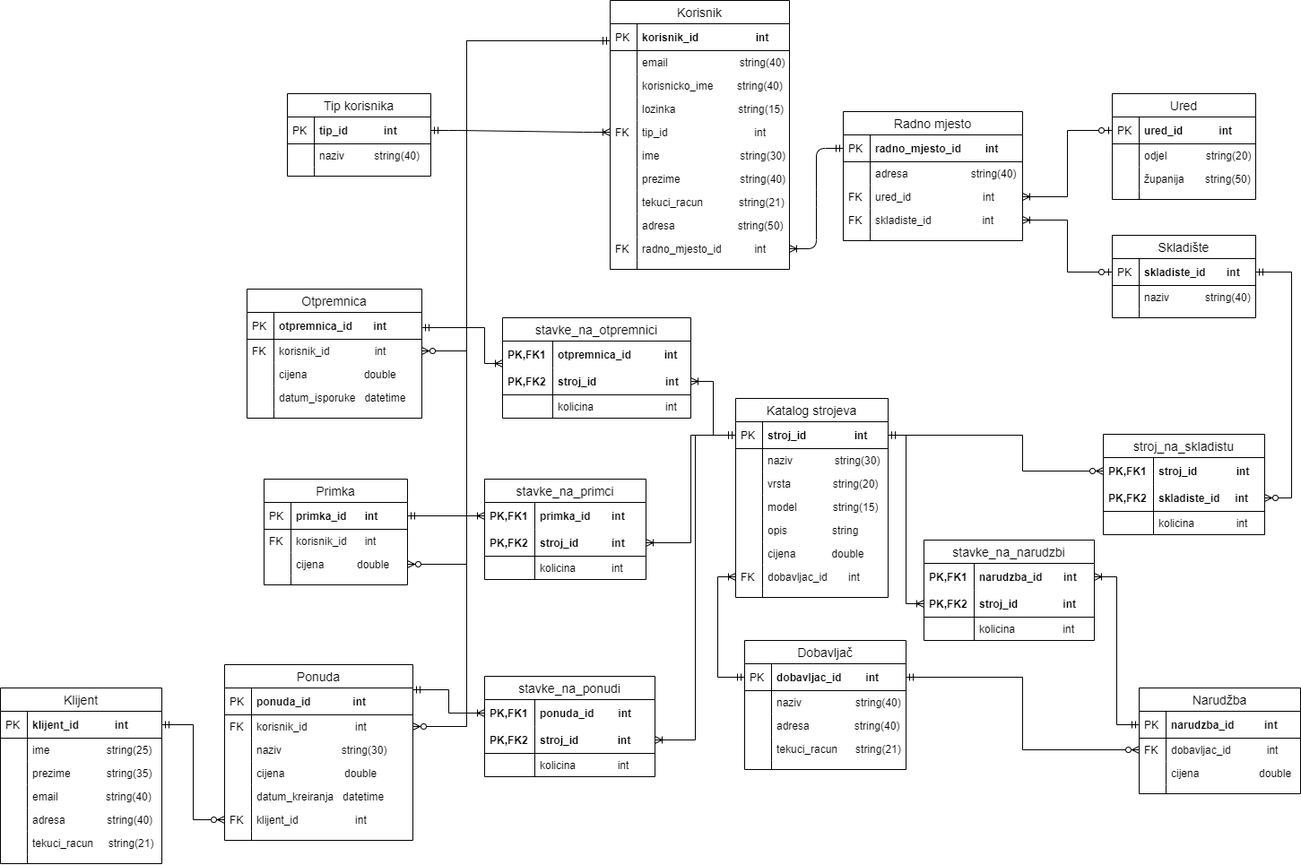
Above: Documentation/ERA/ERA-e-Agro.png in foivz/r20--kkolak-imartinov-smartinov (draw.io), before the change. Source tidied: cells renumbered, new cells last; positions are measured from the earlier drawing's top-left corner, leaving out a move shared by most shapes.
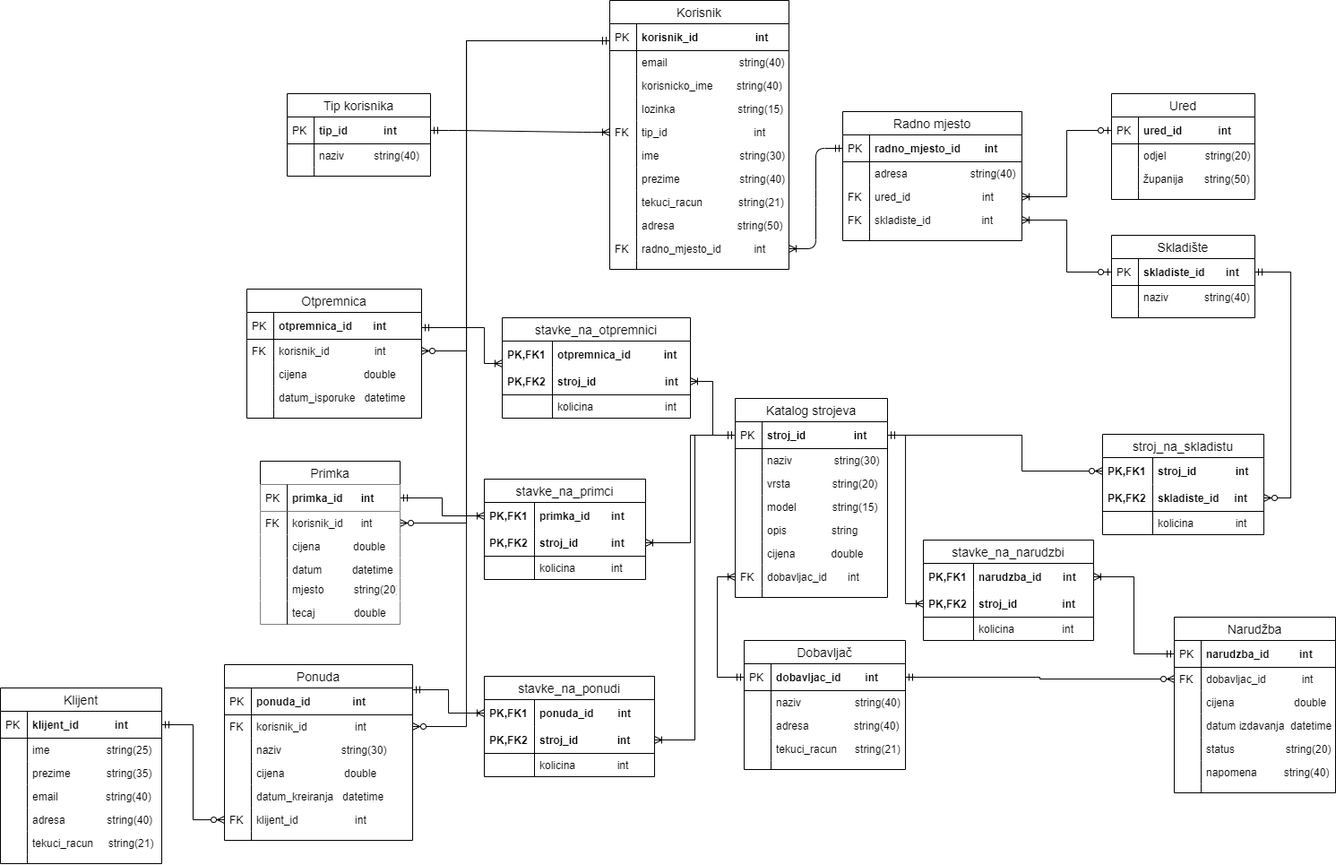
After the change.

Change to the diagram source:
```diff
@@ -24,11 +24,11 @@
     <mxCell id="5" style="edgeStyle=orthogonalEdgeStyle;rounded=0;jettySize=auto;html=1;exitX=1;exitY=0.5;exitDx=0;exitDy=0;startArrow=ERmandOne;startFill=0;endArrow=ERzeroToMany;endFill=1;" parent="1" edge="1" source="176" target="171">
       <mxGeometry relative="1" as="geometry" />
     </mxCell>
-    <mxCell id="6" style="edgeStyle=orthogonalEdgeStyle;rounded=0;jettySize=auto;html=1;entryX=1;entryY=0.5;entryDx=0;entryDy=0;startArrow=ERmandOne;startFill=0;endArrow=ERzeroToMany;endFill=1;" parent="1" edge="1" source="10" target="90">
+    <mxCell id="6" style="edgeStyle=orthogonalEdgeStyle;rounded=0;jettySize=auto;html=1;startArrow=ERmandOne;startFill=0;endArrow=ERzeroToMany;endFill=1;" parent="1" edge="1" source="10" target="88">
       <mxGeometry relative="1" as="geometry">
         <Array as="points">
           <mxPoint x="520" y="45" />
-          <mxPoint x="520" y="629" />
+          <mxPoint x="520" y="583" />
         </Array>
       </mxGeometry>
     </mxCell>
@@ -286,33 +286,6 @@
         </Array>
       </mxGeometry>
     </mxCell>
-    <mxCell id="85" value="Primka" style="swimlane;fontStyle=0;horizontal=1;startSize=26;align=center;fontSize=14;" parent="1" vertex="1">
-      <mxGeometry x="294" y="534" width="160" height="118" as="geometry" />
-    </mxCell>
-    <mxCell id="86" value="primka_id      int" style="shape=partialRectangle;top=0;left=0;right=0;bottom=1;align=left;verticalAlign=middle;fillColor=none;spacingLeft=34;spacingRight=4;overflow=hidden;points=[[0,0.5],[1,0.5]];portConstraint=eastwest;fontStyle=1;fontSize=12;" parent="85" vertex="1">
-      <mxGeometry y="26" width="160" height="30" as="geometry" />
-    </mxCell>
-    <mxCell id="87" value="PK" style="shape=partialRectangle;top=0;left=0;bottom=0;fillColor=none;align=left;verticalAlign=middle;spacingLeft=4;spacingRight=4;overflow=hidden;fontSize=12;" parent="86" vertex="1">
-      <mxGeometry width="30" height="30" as="geometry" />
-    </mxCell>
-    <mxCell id="88" value="korisnik_id      int" style="shape=partialRectangle;top=0;left=0;right=0;bottom=0;align=left;verticalAlign=top;fillColor=none;spacingLeft=34;spacingRight=4;overflow=hidden;points=[[0,0.5],[1,0.5]];portConstraint=eastwest;fontSize=12;" parent="85" vertex="1">
-      <mxGeometry y="56" width="160" height="26" as="geometry" />
-    </mxCell>
-    <mxCell id="89" value="FK" style="shape=partialRectangle;top=0;left=0;bottom=0;fillColor=none;align=left;verticalAlign=top;spacingLeft=4;spacingRight=4;overflow=hidden;fontSize=12;" parent="88" vertex="1">
-      <mxGeometry width="30" height="26" as="geometry" />
-    </mxCell>
-    <mxCell id="90" value="cijena           double" style="shape=partialRectangle;top=0;left=0;right=0;bottom=0;align=left;verticalAlign=top;fillColor=none;spacingLeft=34;spacingRight=4;overflow=hidden;points=[[0,0.5],[1,0.5]];portConstraint=eastwest;fontSize=12;" parent="85" vertex="1">
-      <mxGeometry y="82" width="160" height="26" as="geometry" />
-    </mxCell>
-    <mxCell id="91" style="shape=partialRectangle;top=0;left=0;bottom=0;fillColor=none;align=left;verticalAlign=top;spacingLeft=4;spacingRight=4;overflow=hidden;fontSize=12;" parent="90" vertex="1">
-      <mxGeometry width="30" height="26" as="geometry" />
-    </mxCell>
-    <mxCell id="92" style="shape=partialRectangle;top=0;left=0;right=0;bottom=0;align=left;verticalAlign=top;fillColor=none;spacingLeft=34;spacingRight=4;overflow=hidden;fontSize=12;" parent="85" vertex="1">
-      <mxGeometry y="108" width="160" height="10" as="geometry" />
-    </mxCell>
-    <mxCell id="93" style="shape=partialRectangle;top=0;left=0;bottom=0;fillColor=none;align=left;verticalAlign=top;spacingLeft=4;spacingRight=4;overflow=hidden;fontSize=12;" parent="92" vertex="1">
-      <mxGeometry width="30" height="10" as="geometry" />
-    </mxCell>
     <mxCell id="94" style="edgeStyle=orthogonalEdgeStyle;rounded=0;jumpSize=3;jettySize=auto;html=1;startArrow=ERmandOne;startFill=0;endArrow=ERoneToMany;endFill=0;" parent="1" edge="1" source="144" target="125">
       <mxGeometry relative="1" as="geometry" />
     </mxCell>
@@ -325,33 +298,6 @@
     <mxCell id="97" style="edgeStyle=orthogonalEdgeStyle;rounded=0;jumpSize=3;jettySize=auto;html=1;startArrow=ERmandOne;startFill=0;endArrow=ERoneToMany;endFill=0;exitX=1;exitY=0.5;exitDx=0;exitDy=0;" parent="1" edge="1" source="144" target="118">
       <mxGeometry relative="1" as="geometry" />
     </mxCell>
-    <mxCell id="98" value="Narudžba" style="swimlane;fontStyle=0;horizontal=1;startSize=26;align=center;fontSize=14;" parent="1" vertex="1">
-      <mxGeometry x="1270" y="767" width="180" height="118" as="geometry" />
-    </mxCell>
-    <mxCell id="99" value="narudzba_id          int" style="shape=partialRectangle;top=0;left=0;right=0;bottom=1;align=left;verticalAlign=middle;fillColor=none;spacingLeft=34;spacingRight=4;overflow=hidden;points=[[0,0.5],[1,0.5]];portConstraint=eastwest;fontStyle=1;fontSize=12;" parent="98" vertex="1">
-      <mxGeometry y="26" width="180" height="30" as="geometry" />
-    </mxCell>
-    <mxCell id="100" value="PK" style="shape=partialRectangle;top=0;left=0;bottom=0;fillColor=none;align=left;verticalAlign=middle;spacingLeft=4;spacingRight=4;overflow=hidden;fontSize=12;" parent="99" vertex="1">
-      <mxGeometry width="30" height="30" as="geometry" />
-    </mxCell>
-    <mxCell id="101" value="dobavljac_id            int" style="shape=partialRectangle;top=0;left=0;right=0;bottom=0;align=left;verticalAlign=top;fillColor=none;spacingLeft=34;spacingRight=4;overflow=hidden;points=[[0,0.5],[1,0.5]];portConstraint=eastwest;fontSize=12;" parent="98" vertex="1">
-      <mxGeometry y="56" width="180" height="26" as="geometry" />
-    </mxCell>
-    <mxCell id="102" value="FK" style="shape=partialRectangle;top=0;left=0;bottom=0;fillColor=none;align=left;verticalAlign=top;spacingLeft=4;spacingRight=4;overflow=hidden;fontSize=12;" parent="101" vertex="1">
-      <mxGeometry width="30" height="26" as="geometry" />
-    </mxCell>
-    <mxCell id="103" value="cijena                    double" style="shape=partialRectangle;top=0;left=0;right=0;bottom=0;align=left;verticalAlign=top;fillColor=none;spacingLeft=34;spacingRight=4;overflow=hidden;fontSize=12;" parent="98" vertex="1">
-      <mxGeometry y="82" width="180" height="26" as="geometry" />
-    </mxCell>
-    <mxCell id="104" style="shape=partialRectangle;top=0;left=0;bottom=0;fillColor=none;align=left;verticalAlign=top;spacingLeft=4;spacingRight=4;overflow=hidden;fontSize=12;" parent="103" vertex="1">
-      <mxGeometry width="30" height="26" as="geometry" />
-    </mxCell>
-    <mxCell id="105" style="shape=partialRectangle;top=0;left=0;right=0;bottom=0;align=left;verticalAlign=top;fillColor=none;spacingLeft=34;spacingRight=4;overflow=hidden;fontSize=12;" parent="98" vertex="1">
-      <mxGeometry y="108" width="180" height="10" as="geometry" />
-    </mxCell>
-    <mxCell id="106" style="shape=partialRectangle;top=0;left=0;bottom=0;fillColor=none;align=left;verticalAlign=top;spacingLeft=4;spacingRight=4;overflow=hidden;fontSize=12;" parent="105" vertex="1">
-      <mxGeometry width="30" height="10" as="geometry" />
-    </mxCell>
     <mxCell id="107" style="edgeStyle=orthogonalEdgeStyle;rounded=0;jumpSize=3;jettySize=auto;html=1;startArrow=ERmandOne;startFill=0;endArrow=ERoneToMany;endFill=0;" parent="1" edge="1" source="99" target="116">
       <mxGeometry relative="1" as="geometry" />
     </mxCell>
@@ -634,5 +580,89 @@
     <mxCell id="200" style="shape=partialRectangle;top=0;left=0;bottom=0;fillColor=none;align=left;verticalAlign=top;spacingLeft=4;spacingRight=4;overflow=hidden;fontSize=12;" parent="199" vertex="1">
       <mxGeometry width="30" height="10" as="geometry" />
     </mxCell>
+    <mxCell id="98" value="Narudžba" style="swimlane;fontStyle=0;horizontal=1;startSize=26;align=center;fontSize=14;" parent="1" vertex="1">
+      <mxGeometry x="1310" y="688" width="180" height="196" as="geometry" />
+    </mxCell>
+    <mxCell id="99" value="narudzba_id          int" style="shape=partialRectangle;top=0;left=0;right=0;bottom=1;align=left;verticalAlign=middle;fillColor=none;spacingLeft=34;spacingRight=4;overflow=hidden;points=[[0,0.5],[1,0.5]];portConstraint=eastwest;fontStyle=1;fontSize=12;" parent="98" vertex="1">
+      <mxGeometry y="26" width="180" height="30" as="geometry" />
+    </mxCell>
+    <mxCell id="201" value="PK" style="shape=partialRectangle;top=0;left=0;bottom=0;fillColor=none;align=left;verticalAlign=middle;spacingLeft=4;spacingRight=4;overflow=hidden;fontSize=12;" parent="99" vertex="1">
+      <mxGeometry width="30" height="30" as="geometry" />
+    </mxCell>
+    <mxCell id="101" value="dobavljac_id            int" style="shape=partialRectangle;top=0;left=0;right=0;bottom=0;align=left;verticalAlign=top;fillColor=none;spacingLeft=34;spacingRight=4;overflow=hidden;points=[[0,0.5],[1,0.5]];portConstraint=eastwest;fontSize=12;" parent="98" vertex="1">
+      <mxGeometry y="56" width="180" height="26" as="geometry" />
+    </mxCell>
+    <mxCell id="202" value="FK" style="shape=partialRectangle;top=0;left=0;bottom=0;fillColor=none;align=left;verticalAlign=top;spacingLeft=4;spacingRight=4;overflow=hidden;fontSize=12;" parent="101" vertex="1">
+      <mxGeometry width="30" height="26" as="geometry" />
+    </mxCell>
+    <mxCell id="103" value="cijena                    double" style="shape=partialRectangle;top=0;left=0;right=0;bottom=0;align=left;verticalAlign=top;fillColor=none;spacingLeft=34;spacingRight=4;overflow=hidden;fontSize=12;" parent="98" vertex="1">
+      <mxGeometry y="82" width="180" height="26" as="geometry" />
+    </mxCell>
+    <mxCell id="203" style="shape=partialRectangle;top=0;left=0;bottom=0;fillColor=none;align=left;verticalAlign=top;spacingLeft=4;spacingRight=4;overflow=hidden;fontSize=12;" parent="103" vertex="1">
+      <mxGeometry width="30" height="26" as="geometry" />
+    </mxCell>
+    <mxCell id="204" value="datum izdavanja  datetime" style="shape=partialRectangle;top=0;left=0;right=0;bottom=0;align=left;verticalAlign=top;fillColor=none;spacingLeft=34;spacingRight=4;overflow=hidden;fontSize=12;" parent="98" vertex="1">
+      <mxGeometry y="108" width="180" height="26" as="geometry" />
+    </mxCell>
+    <mxCell id="205" style="shape=partialRectangle;top=0;left=0;bottom=0;fillColor=none;align=left;verticalAlign=top;spacingLeft=4;spacingRight=4;overflow=hidden;fontSize=12;" parent="204" vertex="1">
+      <mxGeometry width="30" height="26" as="geometry" />
+    </mxCell>
+    <mxCell id="206" value="status                 string(20)" style="shape=partialRectangle;top=0;left=0;right=0;bottom=0;align=left;verticalAlign=top;fillColor=none;spacingLeft=34;spacingRight=4;overflow=hidden;fontSize=12;" parent="98" vertex="1">
+      <mxGeometry y="134" width="180" height="26" as="geometry" />
+    </mxCell>
+    <mxCell id="207" style="shape=partialRectangle;top=0;left=0;bottom=0;fillColor=none;align=left;verticalAlign=top;spacingLeft=4;spacingRight=4;overflow=hidden;fontSize=12;" parent="206" vertex="1">
+      <mxGeometry width="30" height="26" as="geometry" />
+    </mxCell>
+    <mxCell id="208" value="napomena         string(40)" style="shape=partialRectangle;top=0;left=0;right=0;bottom=0;align=left;verticalAlign=top;fillColor=none;spacingLeft=34;spacingRight=4;overflow=hidden;fontSize=12;" parent="98" vertex="1">
+      <mxGeometry y="160" width="180" height="26" as="geometry" />
+    </mxCell>
+    <mxCell id="209" style="shape=partialRectangle;top=0;left=0;bottom=0;fillColor=none;align=left;verticalAlign=top;spacingLeft=4;spacingRight=4;overflow=hidden;fontSize=12;" parent="208" vertex="1">
+      <mxGeometry width="30" height="26" as="geometry" />
+    </mxCell>
+    <mxCell id="210" style="shape=partialRectangle;top=0;left=0;right=0;bottom=0;align=left;verticalAlign=top;fillColor=none;spacingLeft=34;spacingRight=4;overflow=hidden;fontSize=12;" parent="98" vertex="1">
+      <mxGeometry y="186" width="180" height="10" as="geometry" />
+    </mxCell>
+    <mxCell id="211" style="shape=partialRectangle;top=0;left=0;bottom=0;fillColor=none;align=left;verticalAlign=top;spacingLeft=4;spacingRight=4;overflow=hidden;fontSize=12;" parent="210" vertex="1">
+      <mxGeometry width="30" height="10" as="geometry" />
+    </mxCell>
+    <mxCell id="85" value="Primka" style="swimlane;fontStyle=0;horizontal=1;startSize=26;align=center;fontSize=14;" parent="1" vertex="1">
+      <mxGeometry x="290" y="514" width="156" height="182" as="geometry" />
+    </mxCell>
+    <mxCell id="86" value="primka_id      int" style="shape=partialRectangle;top=0;left=0;right=0;bottom=1;align=left;verticalAlign=middle;spacingLeft=34;spacingRight=4;overflow=hidden;points=[[0,0.5],[1,0.5]];portConstraint=eastwest;fontStyle=1;fontSize=12;" parent="85" vertex="1">
+      <mxGeometry y="26" width="156" height="30" as="geometry" />
+    </mxCell>
+    <mxCell id="212" value="PK" style="shape=partialRectangle;top=0;left=0;bottom=0;fillColor=none;align=left;verticalAlign=middle;spacingLeft=4;spacingRight=4;overflow=hidden;fontSize=12;" parent="86" vertex="1">
+      <mxGeometry width="30" height="30" as="geometry" />
+    </mxCell>
+    <mxCell id="88" value="korisnik_id      int" style="shape=partialRectangle;top=0;left=0;right=0;bottom=0;align=left;verticalAlign=top;spacingLeft=34;spacingRight=4;overflow=hidden;points=[[0,0.5],[1,0.5]];portConstraint=eastwest;fontSize=12;" parent="85" vertex="1">
+      <mxGeometry y="56" width="156" height="26" as="geometry" />
+    </mxCell>
+    <mxCell id="213" value="FK" style="shape=partialRectangle;top=0;left=0;bottom=0;fillColor=none;align=left;verticalAlign=top;spacingLeft=4;spacingRight=4;overflow=hidden;fontSize=12;" parent="88" vertex="1">
+      <mxGeometry width="30" height="26" as="geometry" />
+    </mxCell>
+    <mxCell id="90" value="cijena           double" style="shape=partialRectangle;top=0;left=0;right=0;bottom=0;align=left;verticalAlign=top;spacingLeft=34;spacingRight=4;overflow=hidden;points=[[0,0.5],[1,0.5]];portConstraint=eastwest;fontSize=12;" parent="85" vertex="1">
+      <mxGeometry y="82" width="156" height="26" as="geometry" />
+    </mxCell>
+    <mxCell id="214" style="shape=partialRectangle;top=0;left=0;bottom=0;fillColor=none;align=left;verticalAlign=top;spacingLeft=4;spacingRight=4;overflow=hidden;fontSize=12;" parent="90" vertex="1">
+      <mxGeometry width="30" height="26" as="geometry" />
+    </mxCell>
+    <mxCell id="215" value="datum          datetime" style="shape=partialRectangle;top=0;left=0;right=0;bottom=0;align=left;verticalAlign=top;spacingLeft=34;spacingRight=4;overflow=hidden;fontSize=12;" parent="85" vertex="1">
+      <mxGeometry y="108" width="156" height="22" as="geometry" />
+    </mxCell>
+    <mxCell id="216" style="shape=partialRectangle;top=0;left=0;bottom=0;fillColor=none;align=left;verticalAlign=top;spacingLeft=4;spacingRight=4;overflow=hidden;fontSize=12;" parent="215" vertex="1">
+      <mxGeometry width="30" height="22" as="geometry" />
+    </mxCell>
+    <mxCell id="217" value="mjesto          string(20)" style="shape=partialRectangle;top=0;left=0;right=0;bottom=0;align=left;verticalAlign=top;spacingLeft=34;spacingRight=4;overflow=hidden;fontSize=12;" parent="85" vertex="1">
+      <mxGeometry y="130" width="156" height="26" as="geometry" />
+    </mxCell>
+    <mxCell id="218" style="shape=partialRectangle;top=0;left=0;bottom=0;fillColor=none;align=left;verticalAlign=top;spacingLeft=4;spacingRight=4;overflow=hidden;fontSize=12;" parent="217" vertex="1">
+      <mxGeometry width="30" height="26" as="geometry" />
+    </mxCell>
+    <mxCell id="219" value="tecaj             double" style="shape=partialRectangle;top=0;left=0;right=0;bottom=0;align=left;verticalAlign=top;spacingLeft=34;spacingRight=4;overflow=hidden;fontSize=12;" parent="85" vertex="1">
+      <mxGeometry y="156" width="156" height="26" as="geometry" />
+    </mxCell>
+    <mxCell id="220" style="shape=partialRectangle;top=0;left=0;bottom=0;fillColor=none;align=left;verticalAlign=top;spacingLeft=4;spacingRight=4;overflow=hidden;fontSize=12;" parent="219" vertex="1">
+      <mxGeometry width="30" height="26" as="geometry" />
+    </mxCell>
   </root>
 </mxGraphModel>
```
